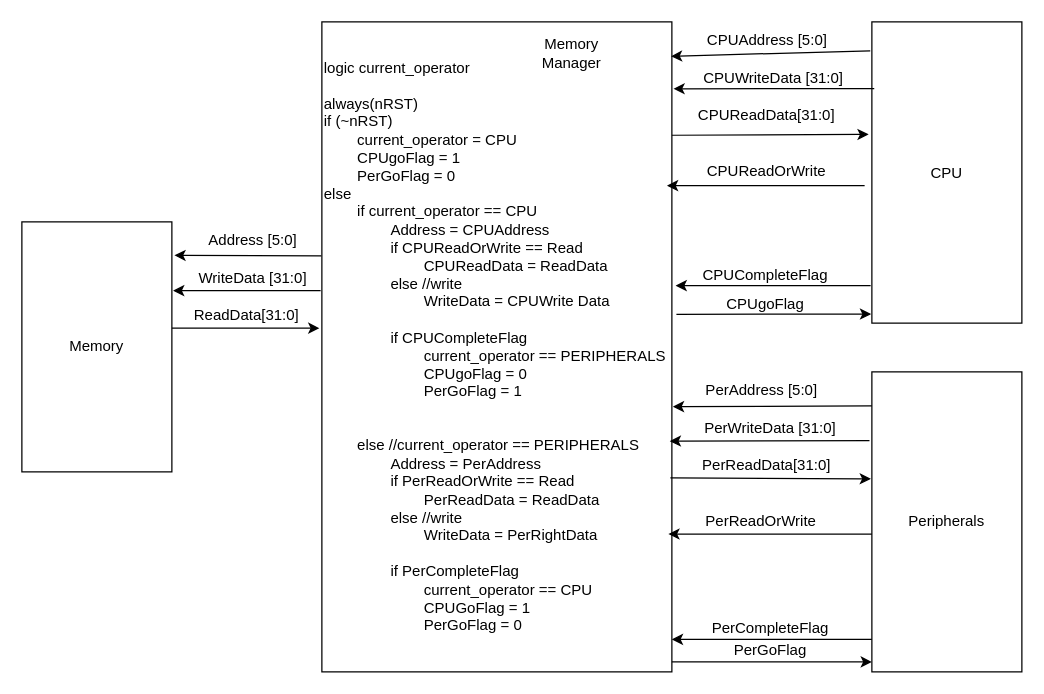
The draw.io diagram IO_Manager.drawio in limichael246/STARS_2024, before the edit. Source tidied: cells renumbered, new cells numbered last; positions are measured from the earlier drawing's top-left corner, leaving out a move shared by most shapes. Both pictures are drawn from the tidied source at 125%, with x=0, y=0 at pixel (21, 21).
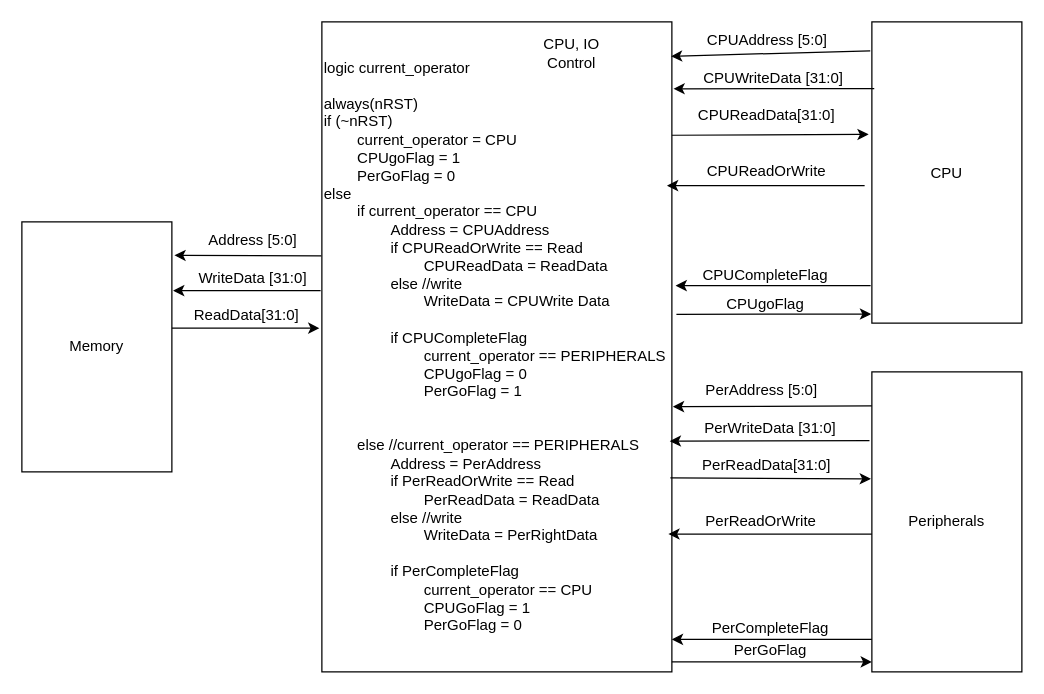
Above is the later version.

The edit, as a diff of the source:
```diff
@@
-    <mxCell id="10" value="Memory Manager" style="text;html=1;align=center;verticalAlign=middle;whiteSpace=wrap;rounded=0;" parent="1" vertex="1">
+    <mxCell id="10" value="CPU, IO Control" style="text;html=1;align=center;verticalAlign=middle;whiteSpace=wrap;rounded=0;" parent="1" vertex="1">
       <mxGeometry x="410" y="10" width="60" height="30" as="geometry" />
     </mxCell>
```
